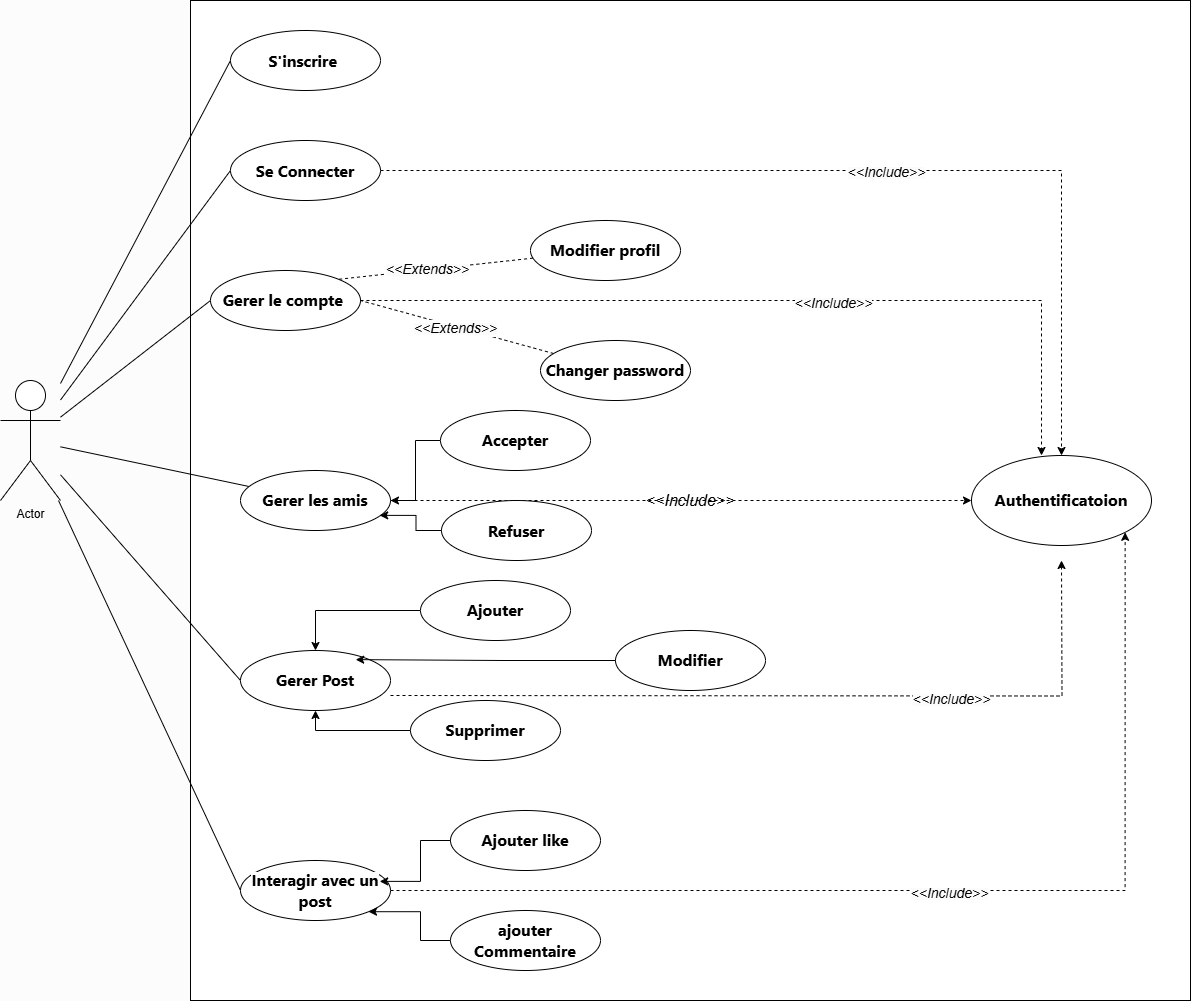
Above: UML/Use case Vibe.drawio.png in houssamlambara/Plateforme_Vibe (draw.io), before the change. Source tidied: cells renumbered, new cells last; positions are measured from the earlier drawing's top-left corner, leaving out a move shared by most shapes.
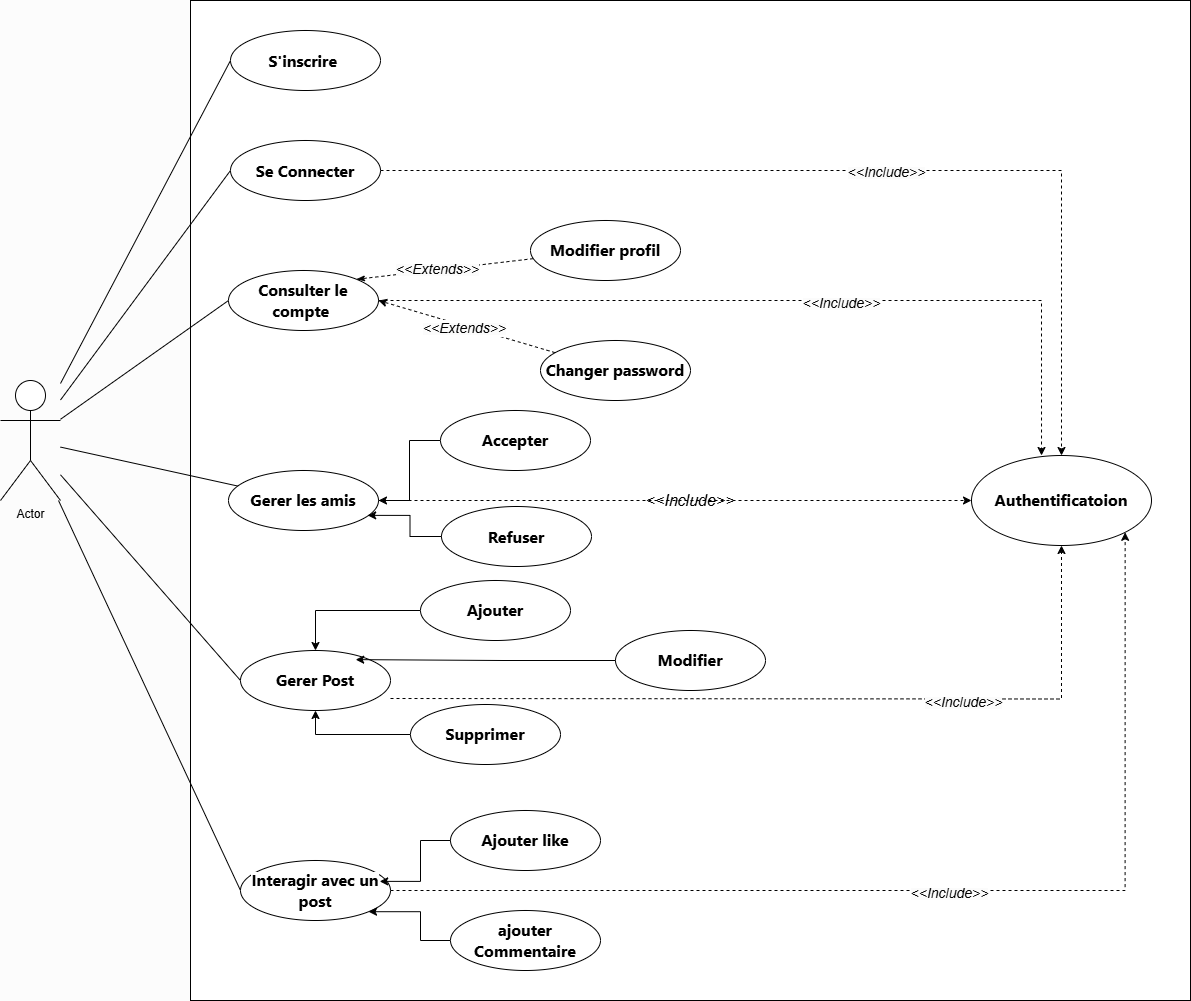
Above is the later version.

Diff of the diagram source:
```diff
@@ -38,19 +38,18 @@
     <mxCell id="13" value="&lt;div style=&quot;text-align: left;&quot;&gt;&lt;font face=&quot;Inter, system-ui, -apple-system, BlinkMacSystemFont, Segoe UI, Roboto, Noto Sans, Ubuntu, Cantarell, Helvetica Neue, Oxygen, Open Sans, sans-serif&quot;&gt;&lt;span style=&quot;font-size: 16.002px; background-color: rgb(255, 255, 255);&quot;&gt;&lt;b&gt;Se Connecter&lt;/b&gt;&lt;/span&gt;&lt;/font&gt;&lt;/div&gt;" style="ellipse;whiteSpace=wrap;html=1;" parent="1" vertex="1">
       <mxGeometry x="230" y="140" width="150" height="60" as="geometry" />
     </mxCell>
-    <mxCell id="14" value="&lt;div style=&quot;text-align: left;&quot;&gt;&lt;span style=&quot;color: light-dark(rgb(0, 0, 0), rgb(255, 255, 255)); font-size: 16.002px; background-color: rgb(255, 255, 255);&quot;&gt;&lt;font face=&quot;Inter, system-ui, -apple-system, BlinkMacSystemFont, Segoe UI, Roboto, Noto Sans, Ubuntu, Cantarell, Helvetica Neue, Oxygen, Open Sans, sans-serif&quot;&gt;&lt;b&gt;Gerer le compte&amp;nbsp;&lt;/b&gt;&lt;/font&gt;&lt;/span&gt;&lt;/div&gt;" style="ellipse;whiteSpace=wrap;html=1;" parent="1" vertex="1">
-      <mxGeometry x="210" y="270" width="150" height="60" as="geometry" />
+    <mxCell id="14" value="&lt;div style=&quot;&quot;&gt;&lt;span style=&quot;color: light-dark(rgb(0, 0, 0), rgb(255, 255, 255)); font-size: 16.002px; background-color: rgb(255, 255, 255);&quot;&gt;&lt;font face=&quot;Inter, system-ui, -apple-system, BlinkMacSystemFont, Segoe UI, Roboto, Noto Sans, Ubuntu, Cantarell, Helvetica Neue, Oxygen, Open Sans, sans-serif&quot;&gt;&lt;b&gt;Consulter le compte&amp;nbsp;&lt;/b&gt;&lt;/font&gt;&lt;/span&gt;&lt;/div&gt;" style="ellipse;whiteSpace=wrap;html=1;align=center;" parent="1" vertex="1">
+      <mxGeometry x="228" y="270" width="150" height="60" as="geometry" />
     </mxCell>
     <mxCell id="15" style="edgeStyle=orthogonalEdgeStyle;rounded=0;jettySize=auto;html=1;dashed=1;" parent="1" edge="1" source="16" target="32">
       <mxGeometry relative="1" as="geometry" />
     </mxCell>
     <mxCell id="16" value="&lt;div style=&quot;&quot;&gt;&lt;span style=&quot;color: light-dark(rgb(0, 0, 0), rgb(255, 255, 255)); font-size: 16.002px; background-color: rgb(255, 255, 255);&quot;&gt;&lt;font face=&quot;Inter, system-ui, -apple-system, BlinkMacSystemFont, Segoe UI, Roboto, Noto Sans, Ubuntu, Cantarell, Helvetica Neue, Oxygen, Open Sans, sans-serif&quot;&gt;&lt;b&gt;Gerer les amis&lt;/b&gt;&lt;/font&gt;&lt;/span&gt;&lt;/div&gt;" style="ellipse;whiteSpace=wrap;html=1;align=center;" parent="1" vertex="1">
-      <mxGeometry x="240" y="470" width="150" height="60" as="geometry" />
+      <mxGeometry x="228" y="470" width="150" height="60" as="geometry" />
     </mxCell>
-    <mxCell id="17" style="edgeStyle=orthogonalEdgeStyle;rounded=0;orthogonalLoop=1;jettySize=auto;html=1;dashed=1;" parent="1" edge="1">
+    <mxCell id="17" style="edgeStyle=orthogonalEdgeStyle;rounded=0;jettySize=auto;html=1;dashed=1;entryX=0.5;entryY=1;entryDx=0;entryDy=0;" parent="1" edge="1" target="32">
       <mxGeometry relative="1" as="geometry">
-        <mxPoint x="390" y="695" as="sourcePoint" />
-        <mxPoint x="1061" y="560" as="targetPoint" />
+        <mxPoint x="390" y="698" as="sourcePoint" />
       </mxGeometry>
     </mxCell>
     <mxCell id="18" value="&lt;i style=&quot;text-wrap-mode: wrap; background-color: rgb(251, 251, 251);&quot;&gt;&lt;font style=&quot;font-size: 14px;&quot;&gt;&amp;lt;&amp;lt;Include&amp;gt;&amp;gt;&lt;/font&gt;&lt;/i&gt;" style="edgeLabel;html=1;align=center;verticalAlign=middle;" parent="17" vertex="1">
@@ -66,7 +65,7 @@
       <mxGeometry relative="1" as="geometry" />
     </mxCell>
     <mxCell id="22" value="&lt;div style=&quot;text-align: left;&quot;&gt;&lt;span style=&quot;color: light-dark(rgb(0, 0, 0), rgb(255, 255, 255)); font-size: 16.002px; background-color: rgb(255, 255, 255);&quot;&gt;&lt;font face=&quot;Inter, system-ui, -apple-system, BlinkMacSystemFont, Segoe UI, Roboto, Noto Sans, Ubuntu, Cantarell, Helvetica Neue, Oxygen, Open Sans, sans-serif&quot;&gt;&lt;b&gt;Supprimer&lt;/b&gt;&lt;/font&gt;&lt;/span&gt;&lt;/div&gt;" style="ellipse;whiteSpace=wrap;html=1;" parent="1" vertex="1">
-      <mxGeometry x="410" y="700" width="150" height="60" as="geometry" />
+      <mxGeometry x="410" y="704" width="150" height="60" as="geometry" />
     </mxCell>
     <mxCell id="23" style="edgeStyle=orthogonalEdgeStyle;rounded=0;jettySize=auto;html=1;entryX=0.5;entryY=0;entryDx=0;entryDy=0;" parent="1" edge="1" source="24" target="19">
       <mxGeometry relative="1" as="geometry" />
@@ -99,7 +98,7 @@
       <mxGeometry x="971" y="455" width="180" height="90" as="geometry" />
     </mxCell>
     <mxCell id="33" value="&lt;div style=&quot;text-align: left;&quot;&gt;&lt;font face=&quot;Inter, system-ui, -apple-system, BlinkMacSystemFont, Segoe UI, Roboto, Noto Sans, Ubuntu, Cantarell, Helvetica Neue, Oxygen, Open Sans, sans-serif&quot;&gt;&lt;span style=&quot;font-size: 16.002px; background-color: rgb(255, 255, 255);&quot;&gt;&lt;b&gt;Refuser&lt;/b&gt;&lt;/span&gt;&lt;/font&gt;&lt;/div&gt;" style="ellipse;whiteSpace=wrap;html=1;" parent="1" vertex="1">
-      <mxGeometry x="441" y="500" width="150" height="60" as="geometry" />
+      <mxGeometry x="441" y="506" width="150" height="60" as="geometry" />
     </mxCell>
     <mxCell id="34" style="edgeStyle=orthogonalEdgeStyle;rounded=0;jettySize=auto;html=1;" parent="1" edge="1" source="35" target="16">
       <mxGeometry relative="1" as="geometry" />
@@ -110,7 +109,7 @@
     <mxCell id="36" style="edgeStyle=orthogonalEdgeStyle;rounded=0;jettySize=auto;html=1;entryX=0.928;entryY=0.748;entryDx=0;entryDy=0;entryPerimeter=0;" parent="1" edge="1" source="33" target="16">
       <mxGeometry relative="1" as="geometry" />
     </mxCell>
-    <mxCell id="37" style="rounded=0;jettySize=auto;html=1;entryX=1;entryY=0.5;entryDx=0;entryDy=0;dashed=1;endArrow=none;startFill=0;" parent="1" edge="1" source="39" target="14">
+    <mxCell id="37" style="rounded=0;jettySize=auto;html=1;entryX=1;entryY=0.5;entryDx=0;entryDy=0;dashed=1;endArrow=classic;startFill=0;endFill=1;" parent="1" edge="1" source="39" target="14">
       <mxGeometry relative="1" as="geometry" />
     </mxCell>
     <mxCell id="38" value="&lt;i style=&quot;text-wrap-mode: wrap; background-color: rgb(251, 251, 251);&quot;&gt;&lt;font style=&quot;font-size: 14px;&quot;&gt;&amp;lt;&amp;lt;Extends&amp;gt;&amp;gt;&lt;/font&gt;&lt;/i&gt;" style="edgeLabel;html=1;align=center;verticalAlign=middle;" parent="37" vertex="1">
@@ -119,7 +118,7 @@
     <mxCell id="39" value="&lt;div style=&quot;&quot;&gt;&lt;span style=&quot;color: light-dark(rgb(0, 0, 0), rgb(255, 255, 255)); font-size: 16.002px; background-color: rgb(255, 255, 255);&quot;&gt;&lt;font face=&quot;Inter, system-ui, -apple-system, BlinkMacSystemFont, Segoe UI, Roboto, Noto Sans, Ubuntu, Cantarell, Helvetica Neue, Oxygen, Open Sans, sans-serif&quot;&gt;&lt;b&gt;Changer password&lt;/b&gt;&lt;/font&gt;&lt;/span&gt;&lt;/div&gt;" style="ellipse;whiteSpace=wrap;html=1;align=center;" parent="1" vertex="1">
       <mxGeometry x="540" y="340" width="150" height="60" as="geometry" />
     </mxCell>
-    <mxCell id="40" style="rounded=0;jettySize=auto;html=1;entryX=1;entryY=0;entryDx=0;entryDy=0;dashed=1;endArrow=none;startFill=0;" parent="1" edge="1" source="42" target="14">
+    <mxCell id="40" style="rounded=0;jettySize=auto;html=1;entryX=1;entryY=0;entryDx=0;entryDy=0;dashed=1;endArrow=classicThin;startFill=0;endFill=1;" parent="1" edge="1" source="42" target="14">
       <mxGeometry relative="1" as="geometry" />
     </mxCell>
     <mxCell id="41" value="&lt;i style=&quot;text-wrap-mode: wrap; background-color: rgb(251, 251, 251);&quot;&gt;&lt;font style=&quot;font-size: 14px;&quot;&gt;&amp;lt;&amp;lt;Extends&amp;gt;&amp;gt;&lt;/font&gt;&lt;/i&gt;" style="edgeLabel;html=1;align=center;verticalAlign=middle;" parent="40" vertex="1">
```
